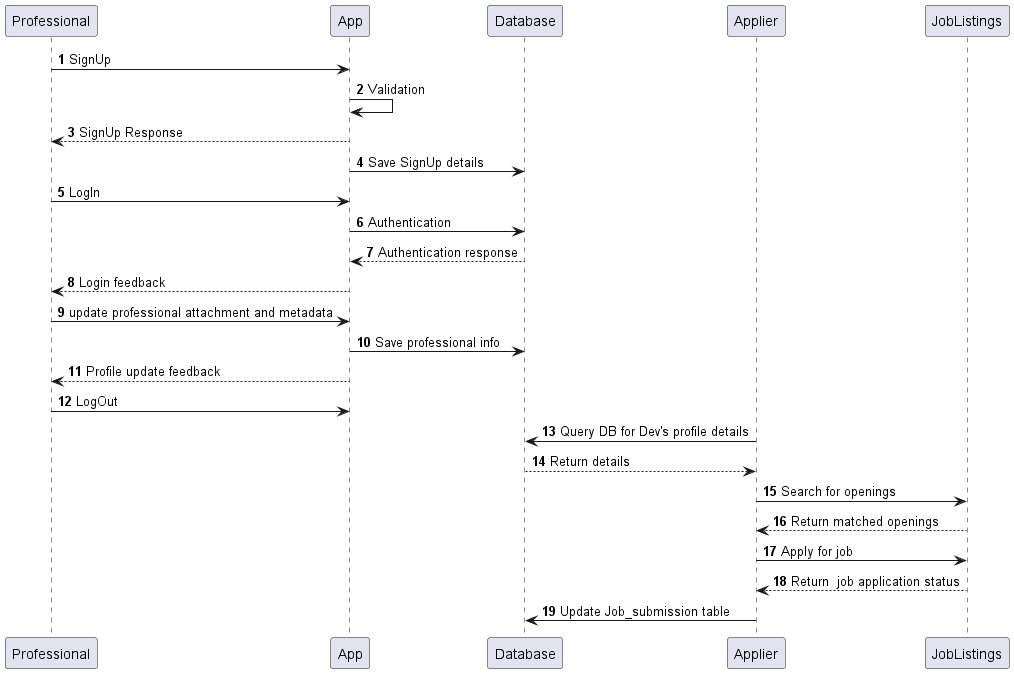
The PlantUML diagram docs/sequence-diagram.png in teamhydraulic/apply-for-me-backend-architectural-design, before a commit. The source it was exported from:
```plantuml
@startuml

autonumber

Professional -> App: SignUp
App -> App: Validation
App --> Professional: SignUp Response
App -> Database: Save SignUp details
Professional -> App: LogIn
App -> Database: Authentication
Database --> App: Authentication response
App --> Professional: Login feedback
Professional -> App: update professional attachment and metadata
App -> Database: Save professional info
App --> Professional: Profile update feedback
Professional -> App: LogOut
Applier -> Database: Query DB for Dev's profile details
Database --> Applier: Return details
Applier -> JobListings: Search for openings
JobListings --> Applier: Return matched openings
Applier -> JobListings: Apply for job
JobListings --> Applier: Return  job application status
Applier -> Database: Update Job_submission table
@enduml
```
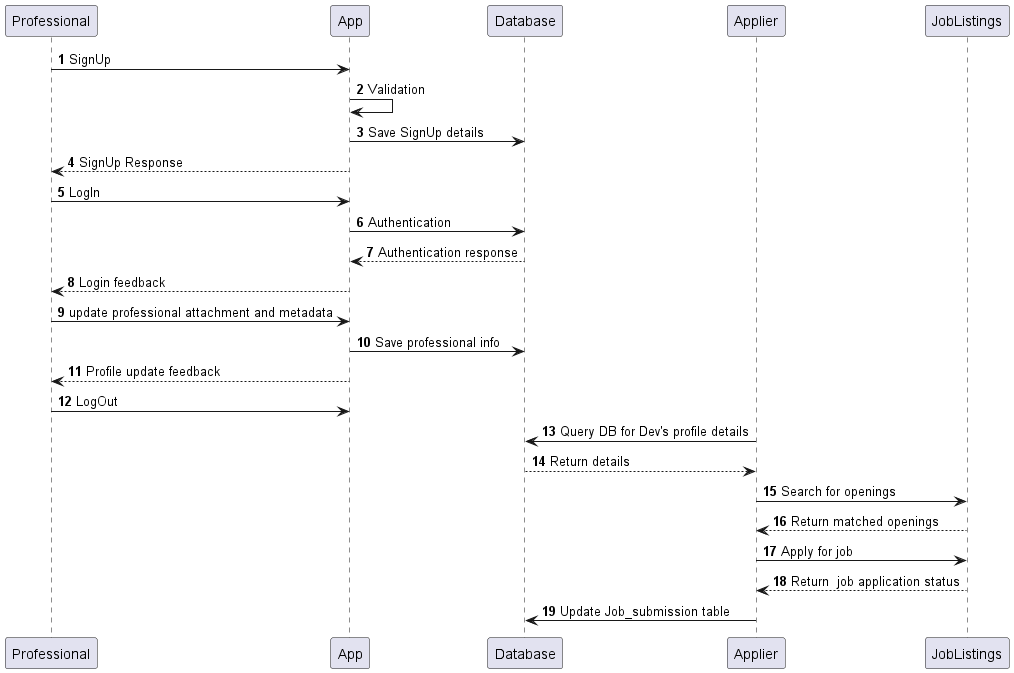
The same diagram one commit later.

Commit message:
Update Class diagram and sequence diagram

Diff of the diagram source:
```diff
@@ -4,8 +4,8 @@
 
 Professional -> App: SignUp
 App -> App: Validation
+App -> Database: Save SignUp details
 App --> Professional: SignUp Response
-App -> Database: Save SignUp details
 Professional -> App: LogIn
 App -> Database: Authentication
 Database --> App: Authentication response
```
